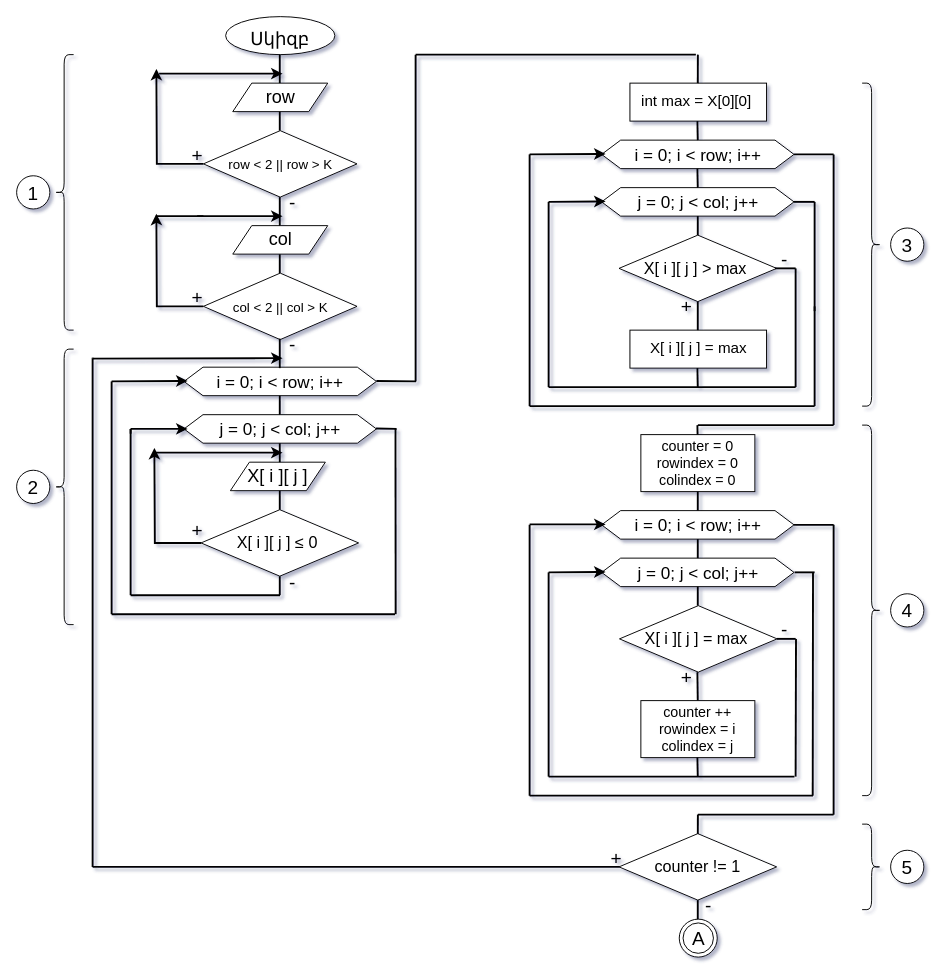
Before: Untitled Diagram.drawio in NMS-Narek/Kursayin, a draw.io diagram. Source tidied: cells renumbered, new cells numbered last; positions are measured from the earlier drawing's top-left corner, leaving out a move shared by most shapes. Both pictures are drawn from the tidied source at 95%, with x=0, y=0 at pixel (16, 16).
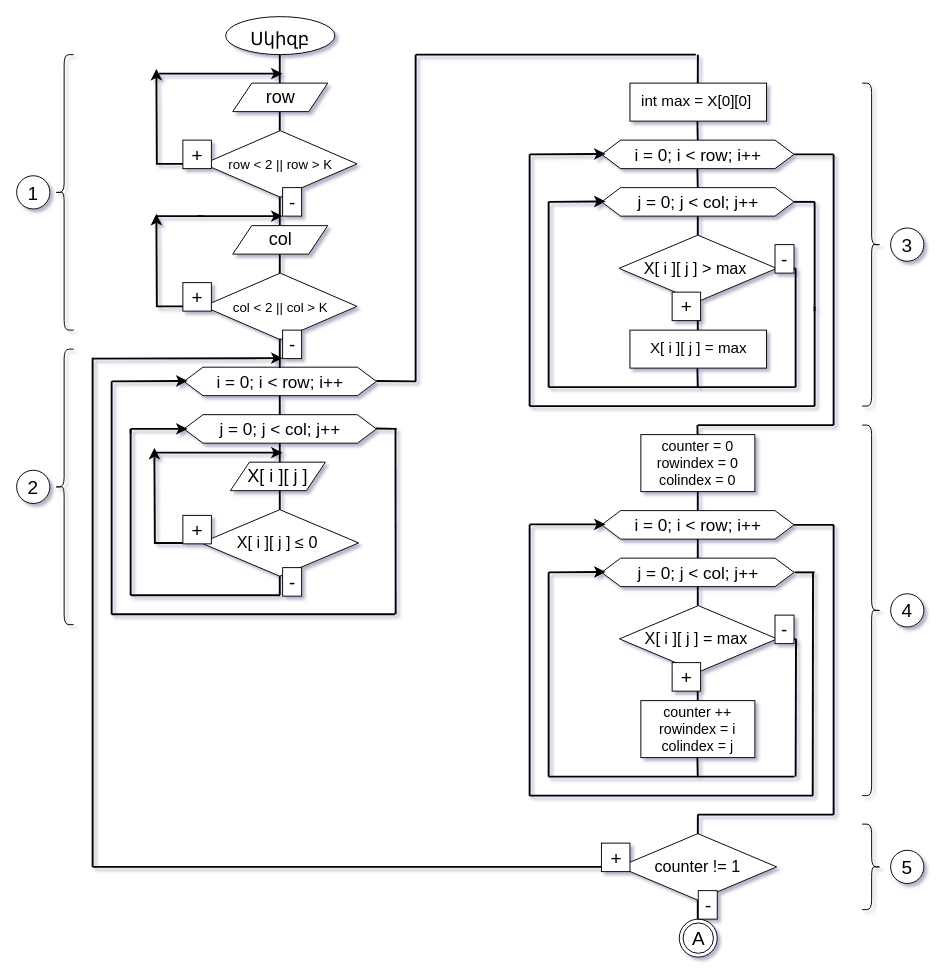
The same diagram, later.

Diff of the diagram source:
```diff
@@
-    <mxCell id="99" value="&lt;font style=&quot;font-size: 20px&quot;&gt;+&lt;/font&gt;" style="text;html=1;align=center;verticalAlign=middle;strokeColor=none;fillColor=none;fontSize=15;fontColor=default;" parent="1" vertex="1">
+    <mxCell id="99" value="&lt;font style=&quot;font-size: 20px&quot;&gt;+&lt;/font&gt;" style="text;html=1;align=center;verticalAlign=middle;strokeColor=default;fillColor=default;fontSize=15;fontColor=default;" parent="1" vertex="1">
       <mxGeometry x="175" y="130" width="30" height="30" as="geometry" />
     </mxCell>
-    <mxCell id="100" value="-" style="text;html=1;align=center;verticalAlign=middle;strokeColor=none;fillColor=none;fontSize=20;fontColor=default;" parent="1" vertex="1">
+    <mxCell id="100" value="-" style="text;html=1;align=center;verticalAlign=middle;strokeColor=default;fillColor=default;fontSize=20;fontColor=default;" parent="1" vertex="1">
       <mxGeometry x="280" y="180" width="20" height="30" as="geometry" />
     </mxCell>
-    <mxCell id="101" value="&lt;font style=&quot;font-size: 20px&quot;&gt;+&lt;/font&gt;" style="text;html=1;align=center;verticalAlign=middle;strokeColor=none;fillColor=none;fontSize=15;fontColor=default;" parent="1" vertex="1">
+    <mxCell id="101" value="&lt;font style=&quot;font-size: 20px&quot;&gt;+&lt;/font&gt;" style="text;html=1;align=center;verticalAlign=middle;strokeColor=default;fillColor=default;fontSize=15;fontColor=default;" parent="1" vertex="1">
       <mxGeometry x="175" y="280" width="30" height="30" as="geometry" />
     </mxCell>
-    <mxCell id="102" value="-" style="text;html=1;align=center;verticalAlign=middle;strokeColor=none;fillColor=none;fontSize=20;fontColor=default;" parent="1" vertex="1">
+    <mxCell id="102" value="-" style="text;html=1;align=center;verticalAlign=middle;strokeColor=default;fillColor=default;fontSize=20;fontColor=default;" parent="1" vertex="1">
       <mxGeometry x="280" y="330" width="20" height="30" as="geometry" />
     </mxCell>
@@
-    <mxCell id="105" value="-" style="text;html=1;align=center;verticalAlign=middle;strokeColor=none;fillColor=none;fontSize=20;fontColor=default;" parent="1" vertex="1">
+    <mxCell id="105" value="-" style="text;html=1;align=center;verticalAlign=middle;strokeColor=default;fillColor=default;fontSize=20;fontColor=default;" parent="1" vertex="1">
       <mxGeometry x="280" y="580" width="20" height="30" as="geometry" />
     </mxCell>
-    <mxCell id="106" value="+" style="text;html=1;align=center;verticalAlign=middle;strokeColor=none;fillColor=none;fontSize=20;fontColor=default;" parent="1" vertex="1">
+    <mxCell id="106" value="+" style="text;html=1;align=center;verticalAlign=middle;strokeColor=default;fillColor=default;fontSize=20;fontColor=default;" parent="1" vertex="1">
       <mxGeometry x="175" y="525" width="30" height="30" as="geometry" />
     </mxCell>
-    <mxCell id="107" value="-" style="text;html=1;align=center;verticalAlign=middle;strokeColor=none;fillColor=none;fontSize=20;fontColor=default;" parent="1" vertex="1">
+    <mxCell id="107" value="-" style="text;html=1;align=center;verticalAlign=middle;strokeColor=default;fillColor=default;fontSize=20;fontColor=default;" parent="1" vertex="1">
       <mxGeometry x="798.3" y="240" width="20" height="30" as="geometry" />
     </mxCell>
-    <mxCell id="108" value="&lt;font style=&quot;font-size: 20px&quot;&gt;+&lt;/font&gt;" style="text;html=1;align=center;verticalAlign=middle;strokeColor=none;fillColor=none;fontSize=15;fontColor=default;" parent="1" vertex="1">
+    <mxCell id="108" value="&lt;font style=&quot;font-size: 20px&quot;&gt;+&lt;/font&gt;" style="text;html=1;align=center;verticalAlign=middle;strokeColor=default;fillColor=default;fontSize=15;fontColor=default;" parent="1" vertex="1">
       <mxGeometry x="690" y="290" width="30" height="30" as="geometry" />
     </mxCell>
-    <mxCell id="109" value="-" style="text;html=1;align=center;verticalAlign=middle;strokeColor=none;fillColor=none;fontSize=20;fontColor=default;" parent="1" vertex="1">
+    <mxCell id="109" value="-" style="text;html=1;align=center;verticalAlign=middle;strokeColor=default;fillColor=default;fontSize=20;fontColor=default;" parent="1" vertex="1">
       <mxGeometry x="798.3" y="630" width="20" height="30" as="geometry" />
     </mxCell>
-    <mxCell id="110" value="&lt;font style=&quot;font-size: 20px&quot;&gt;+&lt;/font&gt;" style="text;html=1;align=center;verticalAlign=middle;strokeColor=none;fillColor=none;fontSize=15;fontColor=default;" parent="1" vertex="1">
+    <mxCell id="110" value="&lt;font style=&quot;font-size: 20px&quot;&gt;+&lt;/font&gt;" style="text;html=1;align=center;verticalAlign=middle;strokeColor=default;fillColor=default;fontSize=15;fontColor=default;" parent="1" vertex="1">
       <mxGeometry x="690" y="680" width="30" height="30" as="geometry" />
     </mxCell>
@@
-    <mxCell id="123" value="&lt;font style=&quot;font-size: 20px&quot;&gt;+&lt;/font&gt;" style="text;html=1;align=center;verticalAlign=middle;strokeColor=none;fillColor=none;fontSize=15;fontColor=default;" parent="1" vertex="1">
+    <mxCell id="123" value="&lt;font style=&quot;font-size: 20px&quot;&gt;+&lt;/font&gt;" style="text;html=1;align=center;verticalAlign=middle;strokeColor=default;fillColor=default;fontSize=15;fontColor=default;" parent="1" vertex="1">
       <mxGeometry x="615.6" y="870" width="30" height="30" as="geometry" />
     </mxCell>
-    <mxCell id="124" value="-" style="text;html=1;align=center;verticalAlign=middle;strokeColor=none;fillColor=none;fontSize=20;fontColor=default;" parent="1" vertex="1">
+    <mxCell id="124" value="-" style="text;html=1;align=center;verticalAlign=middle;strokeColor=default;fillColor=default;fontSize=20;fontColor=default;" parent="1" vertex="1">
       <mxGeometry x="717.5" y="920" width="20" height="30" as="geometry" />
     </mxCell>
```
